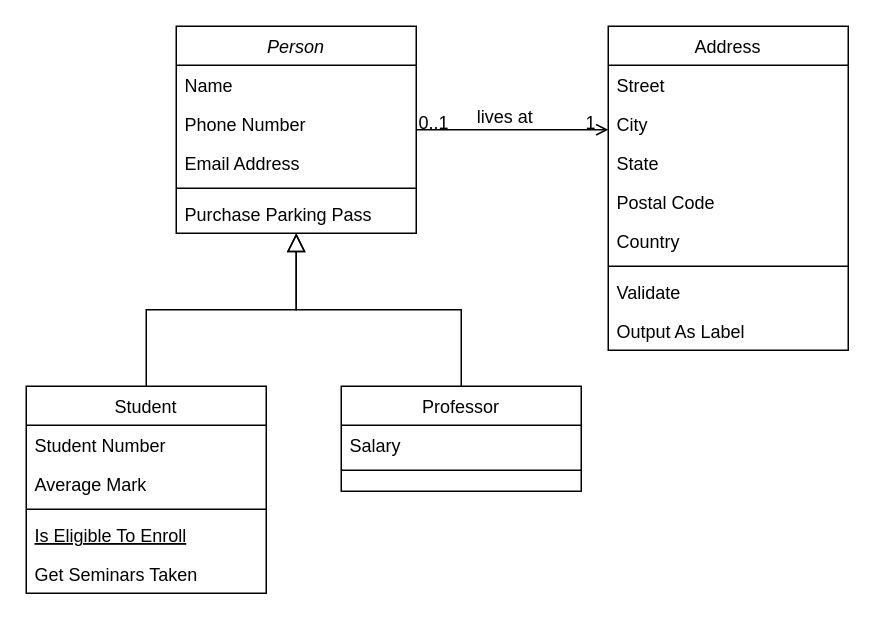
Before: Diagrama sem nome.drawio in AbnerCMoura/lista_compras, a draw.io diagram. Source tidied: cells renumbered, new cells numbered last; positions are measured from the earlier drawing's top-left corner, leaving out a move shared by most shapes. Both pictures are drawn from the tidied source at 150%, with x=0, y=0 at pixel (26, 26).
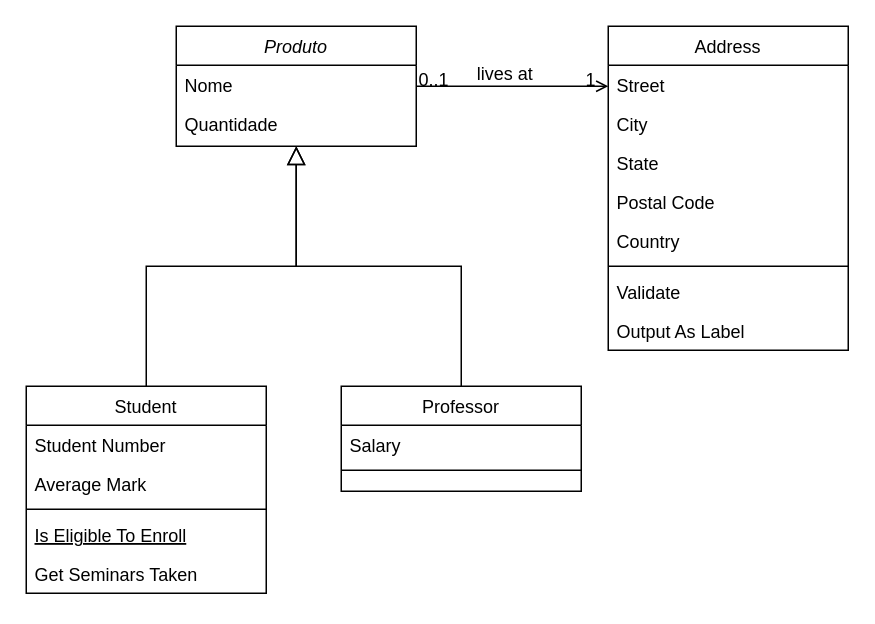
Above is the later version.

Diff of the diagram source:
```diff
@@
-    <mxCell id="2" value="Person" style="swimlane;fontStyle=2;align=center;verticalAlign=top;horizontal=1;startSize=26;rounded=0;shadow=0;strokeWidth=1;" parent="1" vertex="1">
-      <mxGeometry x="100" width="160" height="138" as="geometry" />
+    <mxCell id="2" value="Produto" style="swimlane;fontStyle=2;align=center;verticalAlign=top;horizontal=1;startSize=26;rounded=0;shadow=0;strokeWidth=1;" parent="1" vertex="1">
+      <mxGeometry x="100" width="160" height="80" as="geometry" />
     </mxCell>
-    <mxCell id="3" value="Name" style="text;align=left;verticalAlign=top;spacingLeft=4;spacingRight=4;overflow=hidden;" parent="2" vertex="1">
+    <mxCell id="3" value="Nome&#10;" style="text;align=left;verticalAlign=top;spacingLeft=4;spacingRight=4;overflow=hidden;" parent="2" vertex="1">
       <mxGeometry y="26" width="160" height="26" as="geometry" />
     </mxCell>
-    <mxCell id="4" value="Phone Number" style="text;align=left;verticalAlign=top;spacingLeft=4;spacingRight=4;overflow=hidden;rounded=0;shadow=0;html=0;" parent="2" vertex="1">
+    <mxCell id="4" value="Quantidade" style="text;align=left;verticalAlign=top;spacingLeft=4;spacingRight=4;overflow=hidden;rounded=0;shadow=0;html=0;" parent="2" vertex="1">
       <mxGeometry y="52" width="160" height="26" as="geometry" />
     </mxCell>
-    <mxCell id="5" value="Email Address" style="text;align=left;verticalAlign=top;spacingLeft=4;spacingRight=4;overflow=hidden;rounded=0;shadow=0;html=0;" parent="2" vertex="1">
-      <mxGeometry y="78" width="160" height="26" as="geometry" />
-    </mxCell>
-    <mxCell id="6" style="line;html=1;strokeWidth=1;align=left;verticalAlign=middle;spacingTop=-1;spacingLeft=3;spacingRight=3;labelPosition=right;" parent="2" vertex="1">
-      <mxGeometry y="104" width="160" height="8" as="geometry" />
-    </mxCell>
-    <mxCell id="7" value="Purchase Parking Pass" style="text;align=left;verticalAlign=top;spacingLeft=4;spacingRight=4;overflow=hidden;" parent="2" vertex="1">
-      <mxGeometry y="112" width="160" height="26" as="geometry" />
-    </mxCell>
```
